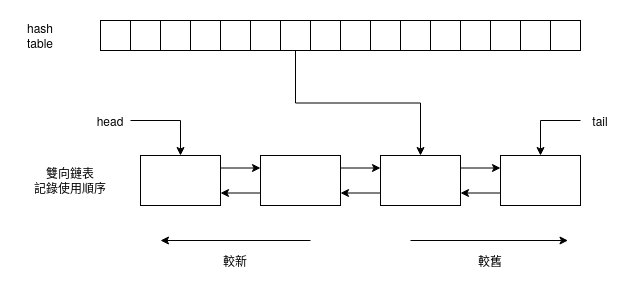
MROS/ntu-thesis keeps this draw.io diagram as images/LRU實作.png. Above is the earlier version. Source tidied: cells renumbered, new cells last; positions are measured from the earlier drawing's top-left corner, leaving out a move shared by most shapes.
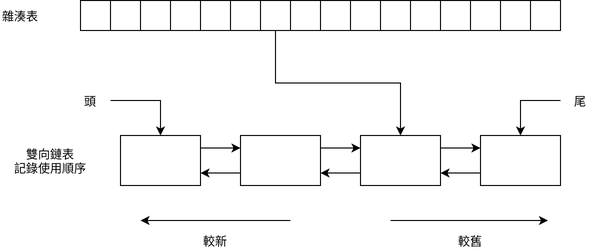
The same file after the commit.

Diff of the diagram source:
```diff
@@ -59,7 +59,7 @@
     <mxCell id="20" style="rounded=0;whiteSpace=wrap;html=1;" parent="1" vertex="1">
       <mxGeometry x="120" y="135" width="80" height="50" as="geometry" />
     </mxCell>
-    <mxCell id="21" value="hash table" style="text;html=1;strokeColor=none;fillColor=none;align=center;verticalAlign=middle;whiteSpace=wrap;rounded=0;" parent="1" vertex="1">
+    <mxCell id="21" value="雜湊表" style="text;html=1;strokeColor=none;fillColor=none;align=center;verticalAlign=middle;whiteSpace=wrap;rounded=0;" parent="1" vertex="1">
       <mxGeometry y="5" width="40" height="20" as="geometry" />
     </mxCell>
     <mxCell id="22" value="&lt;div&gt;雙向鏈表&lt;/div&gt;&lt;div&gt;記錄使用順序&lt;br&gt;&lt;/div&gt;" style="text;html=1;strokeColor=none;fillColor=none;align=center;verticalAlign=middle;whiteSpace=wrap;rounded=0;" parent="1" vertex="1">
@@ -110,13 +110,13 @@
     <mxCell id="35" style="edgeStyle=orthogonalEdgeStyle;rounded=0;jettySize=auto;html=1;entryX=0.5;entryY=0;entryDx=0;entryDy=0;" parent="1" edge="1" source="36" target="20">
       <mxGeometry relative="1" as="geometry" />
     </mxCell>
-    <mxCell id="36" value="head" style="text;html=1;strokeColor=none;fillColor=none;align=center;verticalAlign=middle;whiteSpace=wrap;rounded=0;" parent="1" vertex="1">
+    <mxCell id="36" value="頭" style="text;html=1;strokeColor=none;fillColor=none;align=center;verticalAlign=middle;whiteSpace=wrap;rounded=0;" parent="1" vertex="1">
       <mxGeometry x="70" y="90" width="40" height="20" as="geometry" />
     </mxCell>
     <mxCell id="37" style="edgeStyle=orthogonalEdgeStyle;rounded=0;jettySize=auto;html=1;exitX=0;exitY=0.5;exitDx=0;exitDy=0;entryX=0.5;entryY=0;entryDx=0;entryDy=0;" parent="1" edge="1" source="38" target="30">
       <mxGeometry relative="1" as="geometry" />
     </mxCell>
-    <mxCell id="38" value="tail" style="text;html=1;strokeColor=none;fillColor=none;align=center;verticalAlign=middle;whiteSpace=wrap;rounded=0;" parent="1" vertex="1">
+    <mxCell id="38" value="尾" style="text;html=1;strokeColor=none;fillColor=none;align=center;verticalAlign=middle;whiteSpace=wrap;rounded=0;" parent="1" vertex="1">
       <mxGeometry x="560" y="90" width="40" height="20" as="geometry" />
     </mxCell>
   </root>
```
